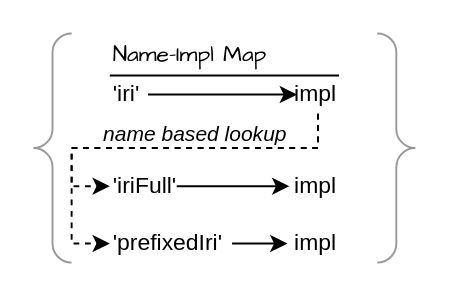
Michiel-VandeVelde/Thesis keeps this draw.io diagram as page "rulemap-single" (4 of 4) of content/img/traqula.drawio. Above is the earlier version. Source tidied: cells renumbered, new cells numbered last; positions are measured from the earlier drawing's top-left corner, leaving out a move shared by most shapes. Both pictures are drawn from the tidied source at 191%, with x=0, y=0 at pixel (32, 32).
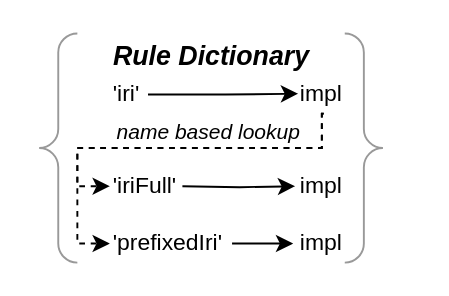
The same diagram, later.

Commit message (it also covers changes not shown here):
architecture comments resolved

The change refers to these unchanged cells:
```xml
<mxCell id="6" style="group;" parent="1" vertex="1">
  <mxGeometry x="40" y="22" width="120" height="20" as="geometry" />
</mxCell>
<mxCell id="8" value="&lt;p&gt;'iri'&lt;/p&gt;" style="text;html=1;whiteSpace=wrap;strokeColor=none;fillColor=none;align=left;verticalAlign=middle;rounded=0;fontFamily=Helvetica;" parent="6" vertex="1">
  <mxGeometry width="20" height="20" as="geometry" />
</mxCell>
<mxCell id="10" style="group;fontFamily=Helvetica;" parent="1" vertex="1">
  <mxGeometry x="40" y="70" width="120" height="20" as="geometry" />
</mxCell>
<mxCell id="12" value="&lt;div&gt;'iriFull'&lt;/div&gt;" style="text;html=1;whiteSpace=wrap;strokeColor=none;fillColor=none;align=left;verticalAlign=middle;rounded=0;fontFamily=Helvetica;" parent="10" vertex="1">
  <mxGeometry width="35" height="20" as="geometry" />
</mxCell>
<mxCell id="14" style="group;fontFamily=Helvetica;" parent="1" vertex="1">
  <mxGeometry x="40" y="100" width="120" height="20" as="geometry" />
</mxCell>
<mxCell id="16" value="&lt;div&gt;'prefixedIri'&lt;/div&gt;" style="text;html=1;whiteSpace=wrap;strokeColor=none;fillColor=none;align=left;verticalAlign=middle;rounded=0;fontFamily=Helvetica;" parent="14" vertex="1">
  <mxGeometry width="64" height="20" as="geometry" />
</mxCell>
```

Diff of the diagram source:
```diff
@@
     <mxCell id="2" style="labelPosition=right;align=left;strokeWidth=1;shape=mxgraph.mockup.markup.curlyBrace;html=1;shadow=0;dashed=0;strokeColor=#999999;direction=north;hachureGap=4;fontFamily=Architects Daughter;" parent="1" vertex="1">
-      <mxGeometry width="20" height="120" as="geometry" />
+      <mxGeometry x="3" width="20" height="120" as="geometry" />
     </mxCell>
     <mxCell id="3" style="labelPosition=right;align=left;strokeWidth=1;shape=mxgraph.mockup.markup.curlyBrace;html=1;shadow=0;dashed=0;strokeColor=#999999;direction=north;hachureGap=4;fontFamily=Architects Daughter;rotation=-180;" parent="1" vertex="1">
-      <mxGeometry x="180" width="20" height="120" as="geometry" />
+      <mxGeometry x="163" width="20" height="120" as="geometry" />
     </mxCell>
-    <mxCell id="4" value="Name-Impl Map" style="text;html=1;whiteSpace=wrap;strokeColor=none;fillColor=none;align=left;verticalAlign=middle;rounded=0;fontFamily=Architects Daughter;" parent="1" vertex="1">
-      <mxGeometry x="40" y="2" width="120" height="20" as="geometry" />
+    <mxCell id="4" value="&lt;font face=&quot;Helvetica&quot;&gt;&lt;i&gt;&lt;b&gt;Rule&amp;nbsp;Dictionary&lt;/b&gt;&lt;/i&gt;&lt;/font&gt;" style="text;html=1;whiteSpace=wrap;strokeColor=none;fillColor=none;align=center;verticalAlign=middle;rounded=0;fontFamily=Architects Daughter;fontSize=14;" parent="1" vertex="1">
+      <mxGeometry x="40" y="2" width="107" height="20" as="geometry" />
     </mxCell>
-    <mxCell id="5" style="endArrow=none;html=1;rounded=0;hachureGap=4;fontFamily=Architects Daughter;entryX=1;entryY=1;entryDx=0;entryDy=0;exitX=0;exitY=1;exitDx=0;exitDy=0;" parent="1" edge="1" source="4" target="4">
-      <mxGeometry relative="1" as="geometry" />
-    </mxCell>
@@
-    <mxCell id="7" style="edgeStyle=orthogonalEdgeStyle;rounded=0;hachureGap=4;jettySize=auto;html=1;entryX=0;entryY=0.5;entryDx=0;entryDy=0;fontFamily=Helvetica;" parent="6" edge="1" source="8" target="9">
+    <mxCell id="7" style="edgeStyle=orthogonalEdgeStyle;rounded=0;hachureGap=4;jettySize=auto;html=1;entryX=-0.111;entryY=0.479;entryDx=0;entryDy=0;fontFamily=Helvetica;entryPerimeter=0;" parent="6" edge="1" source="8" target="9">
       <mxGeometry relative="1" as="geometry" />
     </mxCell>
@@
     <mxCell id="9" value="impl" style="text;strokeColor=none;fillColor=none;align=right;verticalAlign=middle;rounded=0;fontFamily=Helvetica;glass=0;html=1;comic=0;" parent="6" vertex="1">
-      <mxGeometry x="98" width="22" height="20" as="geometry" />
+      <mxGeometry x="101" width="22" height="20" as="geometry" />
     </mxCell>
@@
-    <mxCell id="11" style="edgeStyle=orthogonalEdgeStyle;rounded=0;hachureGap=4;jettySize=auto;html=1;entryX=0;entryY=0.5;entryDx=0;entryDy=0;fontFamily=Helvetica;" parent="10" edge="1" source="12" target="13">
-      <mxGeometry relative="1" as="geometry" />
+    <mxCell id="11" style="edgeStyle=orthogonalEdgeStyle;rounded=0;hachureGap=4;jettySize=auto;html=1;entryX=0;entryY=0.5;entryDx=0;entryDy=0;fontFamily=Helvetica;" parent="10" edge="1" target="13">
+      <mxGeometry relative="1" as="geometry">
+        <mxPoint x="38" y="10" as="sourcePoint" />
+      </mxGeometry>
     </mxCell>
@@
     <mxCell id="13" value="impl" style="text;strokeColor=none;fillColor=none;align=right;verticalAlign=middle;rounded=0;fontFamily=Helvetica;glass=0;html=1;comic=0;" parent="10" vertex="1">
-      <mxGeometry x="94" width="26" height="20" as="geometry" />
+      <mxGeometry x="97" width="26" height="20" as="geometry" />
     </mxCell>
@@
     <mxCell id="17" value="impl" style="text;strokeColor=none;fillColor=none;align=right;verticalAlign=middle;rounded=0;fontFamily=Helvetica;glass=0;html=1;comic=0;" parent="14" vertex="1">
-      <mxGeometry x="93" width="27" height="20" as="geometry" />
+      <mxGeometry x="96" width="27" height="20" as="geometry" />
     </mxCell>
     <mxCell id="18" style="edgeStyle=orthogonalEdgeStyle;rounded=0;hachureGap=4;jettySize=auto;html=1;entryX=0;entryY=0.5;entryDx=0;entryDy=0;fontFamily=Architects Daughter;curved=0;exitX=0.5;exitY=1;exitDx=0;exitDy=0;dashed=1;" parent="1" edge="1" source="9" target="12">
       <mxGeometry relative="1" as="geometry">
         <Array as="points">
-          <mxPoint x="149" y="60" />
-          <mxPoint x="20" y="60" />
-          <mxPoint x="20" y="80" />
+          <mxPoint x="151" y="42" />
+          <mxPoint x="151" y="60" />
+          <mxPoint x="23" y="60" />
+          <mxPoint x="23" y="80" />
         </Array>
       </mxGeometry>
     </mxCell>
     <mxCell id="19" style="edgeStyle=orthogonalEdgeStyle;rounded=0;hachureGap=4;jettySize=auto;html=1;entryX=0;entryY=0.5;entryDx=0;entryDy=0;fontFamily=Architects Daughter;curved=0;exitX=0.5;exitY=1;exitDx=0;exitDy=0;flowAnimation=0;dashed=1;" parent="1" edge="1" source="9" target="16">
       <mxGeometry relative="1" as="geometry">
         <Array as="points">
-          <mxPoint x="149" y="60" />
-          <mxPoint x="20" y="60" />
-          <mxPoint x="20" y="110" />
+          <mxPoint x="151" y="42" />
+          <mxPoint x="151" y="60" />
+          <mxPoint x="23" y="60" />
+          <mxPoint x="23" y="110" />
         </Array>
       </mxGeometry>
     </mxCell>
     <mxCell id="20" value="&lt;i&gt;&lt;font style=&quot;font-size: 11px;&quot;&gt;name based lookup&lt;/font&gt;&lt;/i&gt;" style="text;html=1;whiteSpace=wrap;strokeColor=none;fillColor=none;align=center;verticalAlign=middle;rounded=0;" parent="1" vertex="1">
-      <mxGeometry x="30" y="38" width="110" height="30" as="geometry" />
+      <mxGeometry x="43" y="37" width="98" height="30" as="geometry" />
     </mxCell>
```
